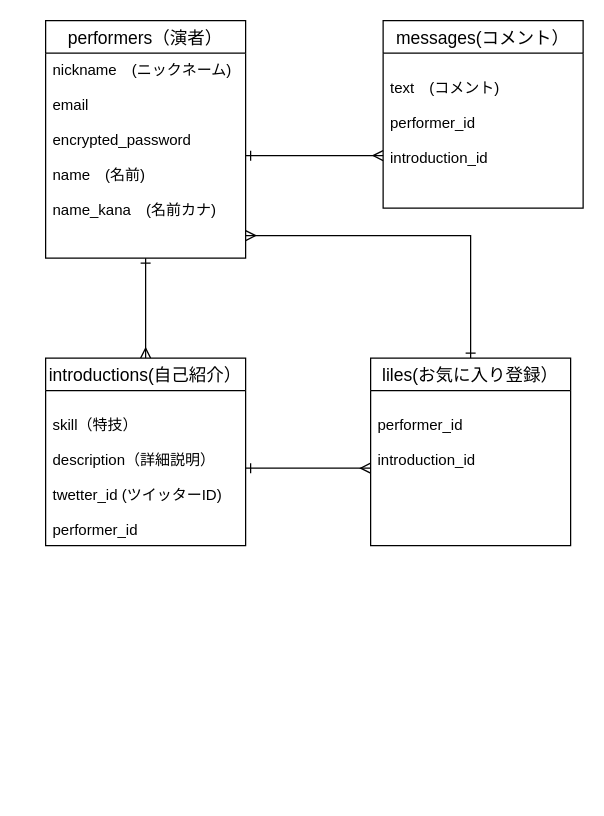
Before: test.dio in noname2601/event-connect-35213, a draw.io diagram. Source tidied: cells renumbered, new cells numbered last; positions are measured from the earlier drawing's top-left corner, leaving out a move shared by most shapes. Both pictures are drawn from the tidied source at 125%, with x=0, y=0 at pixel (45, 20).
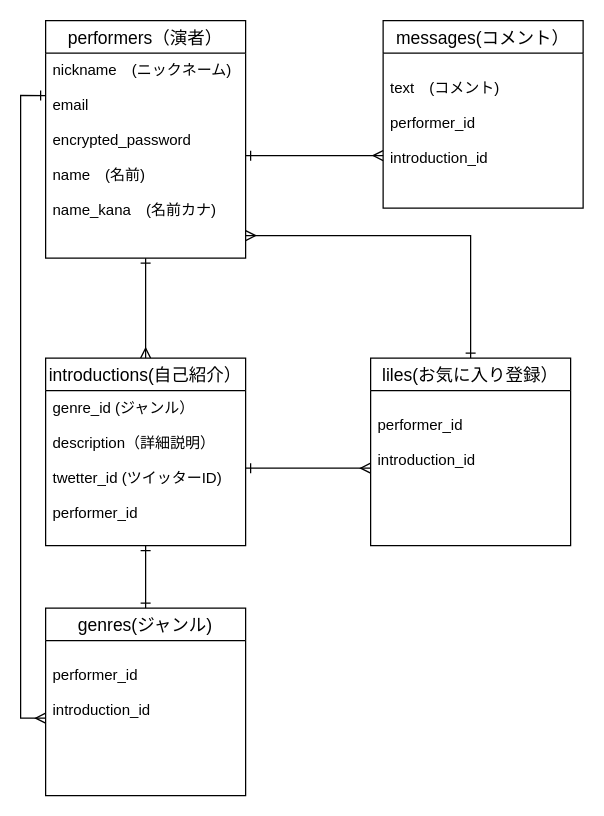
The same diagram, later.

What changed in the source:
```diff
@@
 <mxGraphModel>
   <root>
     <mxCell id="0" />
     <mxCell id="1" parent="0" />
     <mxCell id="2" value="performers（演者）" style="swimlane;fontStyle=0;horizontal=1;startSize=26;align=center;fontSize=14;" parent="1" vertex="1">
       <mxGeometry width="160" height="190" as="geometry" />
     </mxCell>
     <mxCell id="3" value="nickname　(ニックネーム)&#10;&#10;email&#10;&#10;encrypted_password&#10;&#10;name　(名前)&#10;&#10;name_kana　(名前カナ)&#10;&#10;&#10;&#10;&#10;&#10;&#10;&#10;&#10;&#10;&#10;" style="text;strokeColor=none;fillColor=none;spacingLeft=4;spacingRight=4;overflow=hidden;points=[[0,0.5],[1,0.5]];portConstraint=eastwest;fontSize=12;" parent="2" vertex="1">
       <mxGeometry y="26" width="160" height="164" as="geometry" />
     </mxCell>
     <mxCell id="4" style="edgeStyle=orthogonalEdgeStyle;rounded=0;jettySize=auto;html=1;exitX=0.5;exitY=0;exitDx=0;exitDy=0;startArrow=ERmany;startFill=0;endArrow=ERone;endFill=0;" parent="1" edge="1" source="5">
       <mxGeometry relative="1" as="geometry">
         <mxPoint x="80" y="190" as="targetPoint" />
       </mxGeometry>
     </mxCell>
     <mxCell id="5" value="introductions(自己紹介）" style="swimlane;fontStyle=0;horizontal=1;startSize=26;align=center;fontSize=14;" parent="1" vertex="1">
       <mxGeometry y="270" width="160" height="150" as="geometry" />
     </mxCell>
-    <mxCell id="6" value="&#10;skill（特技）&#10;&#10;description（詳細説明）&#10;&#10;twetter_id (ツイッターID)&#10;&#10;performer_id&#10;&#10;" style="text;strokeColor=none;fillColor=none;spacingLeft=4;spacingRight=4;overflow=hidden;points=[[0,0.5],[1,0.5]];portConstraint=eastwest;fontSize=12;" parent="5" vertex="1">
+    <mxCell id="6" value="genre_id (ジャンル）&#10;&#10;description（詳細説明）&#10;&#10;twetter_id (ツイッターID)&#10;&#10;performer_id&#10;&#10;" style="text;strokeColor=none;fillColor=none;spacingLeft=4;spacingRight=4;overflow=hidden;points=[[0,0.5],[1,0.5]];portConstraint=eastwest;fontSize=12;" parent="5" vertex="1">
       <mxGeometry y="26" width="160" height="124" as="geometry" />
     </mxCell>
     <mxCell id="7" value="messages(コメント）" style="swimlane;fontStyle=0;horizontal=1;startSize=26;align=center;fontSize=14;" parent="1" vertex="1">
       <mxGeometry x="270" width="160" height="150" as="geometry" />
     </mxCell>
     <mxCell id="8" value="&#10;text　(コメント)&#10;&#10;performer_id&#10;&#10;introduction_id&#10;&#10;&#10;&#10;&#10;&#10;" style="text;strokeColor=none;fillColor=none;spacingLeft=4;spacingRight=4;overflow=hidden;points=[[0,0.5],[1,0.5]];portConstraint=eastwest;fontSize=12;" parent="7" vertex="1">
       <mxGeometry y="26" width="160" height="124" as="geometry" />
     </mxCell>
     <mxCell id="9" style="edgeStyle=orthogonalEdgeStyle;rounded=0;jettySize=auto;html=1;exitX=1;exitY=0.5;exitDx=0;exitDy=0;entryX=0;entryY=0.661;entryDx=0;entryDy=0;entryPerimeter=0;endArrow=ERmany;endFill=0;startArrow=ERone;startFill=0;" parent="1" edge="1" source="3" target="8">
       <mxGeometry relative="1" as="geometry" />
     </mxCell>
     <mxCell id="10" style="edgeStyle=orthogonalEdgeStyle;rounded=0;jettySize=auto;html=1;exitX=0.5;exitY=0;exitDx=0;exitDy=0;entryX=1;entryY=0.89;entryDx=0;entryDy=0;entryPerimeter=0;endArrow=ERmany;endFill=0;startArrow=ERone;startFill=0;" parent="1" edge="1" source="11" target="3">
       <mxGeometry relative="1" as="geometry" />
     </mxCell>
     <mxCell id="11" value="liles(お気に入り登録）" style="swimlane;fontStyle=0;horizontal=1;startSize=26;align=center;fontSize=14;" parent="1" vertex="1">
       <mxGeometry x="260" y="270" width="160" height="150" as="geometry" />
     </mxCell>
     <mxCell id="12" value="&#10;performer_id&#10;&#10;introduction_id&#10;&#10;&#10;&#10;&#10;&#10;" style="text;strokeColor=none;fillColor=none;spacingLeft=4;spacingRight=4;overflow=hidden;points=[[0,0.5],[1,0.5]];portConstraint=eastwest;fontSize=12;" parent="11" vertex="1">
       <mxGeometry y="26" width="160" height="124" as="geometry" />
     </mxCell>
     <mxCell id="13" style="edgeStyle=orthogonalEdgeStyle;rounded=0;jettySize=auto;html=1;exitX=1;exitY=0.5;exitDx=0;exitDy=0;entryX=0;entryY=0.5;entryDx=0;entryDy=0;endArrow=ERmany;endFill=0;startArrow=ERone;startFill=0;" parent="1" edge="1" source="6" target="12">
       <mxGeometry relative="1" as="geometry" />
     </mxCell>
+    <mxCell id="14" style="edgeStyle=orthogonalEdgeStyle;rounded=0;jettySize=auto;html=1;exitX=0.5;exitY=0;exitDx=0;exitDy=0;entryX=0.5;entryY=1;entryDx=0;entryDy=0;entryPerimeter=0;endArrow=ERone;endFill=0;startArrow=ERone;startFill=0;" parent="1" edge="1" source="15" target="6">
+      <mxGeometry relative="1" as="geometry" />
+    </mxCell>
+    <mxCell id="15" value="genres(ジャンル)" style="swimlane;fontStyle=0;horizontal=1;startSize=26;align=center;fontSize=14;" parent="1" vertex="1">
+      <mxGeometry y="470" width="160" height="150" as="geometry" />
+    </mxCell>
+    <mxCell id="16" value="&#10;performer_id&#10;&#10;introduction_id&#10;&#10;&#10;&#10;&#10;&#10;" style="text;strokeColor=none;fillColor=none;spacingLeft=4;spacingRight=4;overflow=hidden;points=[[0,0.5],[1,0.5]];portConstraint=eastwest;fontSize=12;" parent="15" vertex="1">
+      <mxGeometry y="26" width="160" height="124" as="geometry" />
+    </mxCell>
+    <mxCell id="17" style="edgeStyle=orthogonalEdgeStyle;rounded=0;jettySize=auto;html=1;exitX=0;exitY=0.5;exitDx=0;exitDy=0;entryX=0;entryY=0.207;entryDx=0;entryDy=0;entryPerimeter=0;startArrow=ERmany;startFill=0;endArrow=ERone;endFill=0;" parent="1" edge="1" source="16" target="3">
+      <mxGeometry relative="1" as="geometry" />
+    </mxCell>
   </root>
 </mxGraphModel>
```
